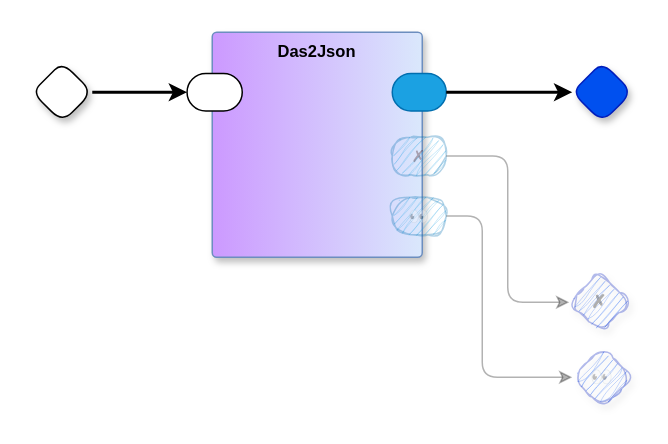
Earlier version of the draw.io diagram das2json-swib.drawio (guitarvydas/das2json). Source tidied: cells renumbered, new cells numbered last; positions are measured from the earlier drawing's top-left corner, leaving out a move shared by most shapes. Both pictures are drawn from the tidied source at 150%, with x=0, y=0 at pixel (32, 32).
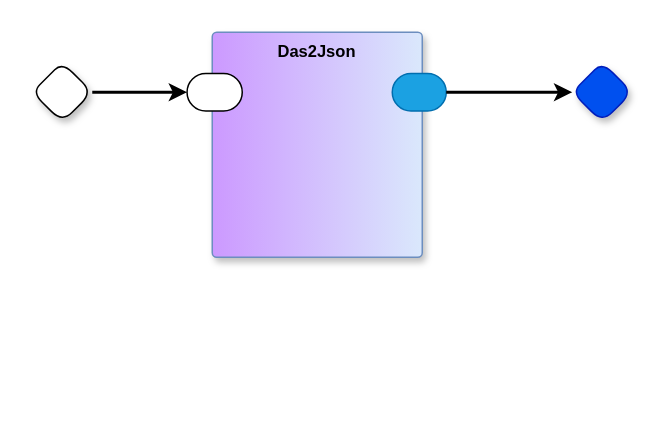
Above is the later version.

What changed in the source:
```diff
@@
 <mxGraphModel>
   <root>
     <mxCell id="0" />
     <mxCell id="1" parent="0" />
     <mxCell id="2" value="Das2Json" style="rounded=1;whiteSpace=wrap;html=1;verticalAlign=top;arcSize=6;fontStyle=1;absoluteArcSize=1;shadow=1;strokeColor=#6c8ebf;fillColor=#dae8fc;fontFamily=Helvetica;fontSize=11;gradientColor=#CC99FF;fontColor=default;gradientDirection=west;" parent="1" vertex="1">
       <mxGeometry x="120" width="140" height="150" as="geometry" />
     </mxCell>
     <mxCell id="3" style="rounded=1;whiteSpace=wrap;html=1;sketch=0;points=[[0,0.5,0,0,0],[1,0.5,0,0,0]];arcSize=50;fontFamily=Helvetica;fontSize=11;fontColor=default;" parent="2" vertex="1">
       <mxGeometry x="-16.8" y="27.5" width="36.8" height="25" as="geometry" />
     </mxCell>
     <mxCell id="4" style="rounded=1;whiteSpace=wrap;html=1;sketch=0;points=[[0,0.5,0,0,0],[1,0.5,0,0,0]];fillColor=#1ba1e2;fontColor=#ffffff;strokeColor=#006EAF;arcSize=50;fontFamily=Helvetica;fontSize=11;" parent="2" vertex="1">
       <mxGeometry x="120" y="27.5" width="36" height="25" as="geometry" />
     </mxCell>
-    <mxCell id="5" value="✗" style="rounded=1;whiteSpace=wrap;sketch=1;points=[[0,0.5,0,0,0],[1,0.5,0,0,0]];fillColor=#1ba1e2;fontColor=#330000;strokeColor=#006EAF;arcSize=50;fontFamily=Helvetica;fontSize=11;curveFitting=1;jiggle=2;opacity=30;textOpacity=30;" parent="2" vertex="1">
-      <mxGeometry x="120" y="70" width="36" height="25" as="geometry" />
-    </mxCell>
-    <mxCell id="6" value="👀" style="rounded=1;whiteSpace=wrap;sketch=1;points=[[0,0.5,0,0,0],[1,0.5,0,0,0]];fillColor=#1ba1e2;fontColor=#ffffff;strokeColor=#006EAF;arcSize=50;fontFamily=Helvetica;fontSize=11;curveFitting=1;jiggle=2;opacity=30;textOpacity=30;" parent="2" vertex="1">
-      <mxGeometry x="120" y="110" width="36" height="25" as="geometry" />
-    </mxCell>
     <mxCell id="7" style="rhombus;whiteSpace=wrap;html=1;rounded=1;fontStyle=1;glass=0;sketch=0;fontSize=12;points=[[0,0.5,0,0,0],[0.5,0,0,0,0],[0.5,1,0,0,0],[1,0.5,0,0,0]];shadow=1;fontFamily=Helvetica;fontColor=default;" parent="1" vertex="1">
       <mxGeometry y="20" width="40" height="40" as="geometry" />
     </mxCell>
     <mxCell id="8" style="edgeStyle=orthogonalEdgeStyle;rounded=1;jettySize=auto;html=1;entryX=0;entryY=0.5;entryDx=0;entryDy=0;entryPerimeter=0;curved=0;strokeWidth=2;" parent="1" edge="1" source="7" target="3">
       <mxGeometry relative="1" as="geometry" />
     </mxCell>
     <mxCell id="9" style="rhombus;whiteSpace=wrap;html=1;rounded=1;fontStyle=1;glass=0;sketch=0;fontSize=12;points=[[0,0.5,0,0,0],[0.5,0,0,0,0],[0.5,1,0,0,0],[1,0.5,0,0,0]];shadow=1;fillColor=#0050ef;fontColor=#ffffff;strokeColor=#001DBC;fontFamily=Helvetica;" parent="1" vertex="1">
       <mxGeometry x="360" y="20" width="40" height="40" as="geometry" />
     </mxCell>
     <mxCell id="10" style="edgeStyle=orthogonalEdgeStyle;curved=0;rounded=1;jettySize=auto;html=1;exitX=1;exitY=0.5;exitDx=0;exitDy=0;exitPerimeter=0;entryX=0;entryY=0.5;entryDx=0;entryDy=0;entryPerimeter=0;strokeColor=default;align=center;verticalAlign=middle;fontFamily=Helvetica;fontSize=11;fontColor=default;labelBackgroundColor=default;endArrow=classic;strokeWidth=2;" parent="1" edge="1" source="4" target="9">
       <mxGeometry relative="1" as="geometry" />
     </mxCell>
-    <mxCell id="11" value="✗" style="rhombus;whiteSpace=wrap;rounded=1;fillColor=#0050ef;fontColor=#000000;strokeColor=#001DBC;fontStyle=1;glass=0;sketch=1;fontSize=12;points=[[0,0.5,0,0,0],[0.5,0,0,0,0],[0.5,1,0,0,0],[1,0.5,0,0,0]];shadow=1;opacity=30;textOpacity=30;fontFamily=Helvetica;labelBackgroundColor=none;curveFitting=1;jiggle=2;" parent="1" vertex="1">
-      <mxGeometry x="358" y="160" width="40" height="40" as="geometry" />
-    </mxCell>
-    <mxCell id="12" value="👀" style="rhombus;whiteSpace=wrap;rounded=1;fillColor=#0050ef;fontColor=#000000;strokeColor=#001DBC;fontStyle=1;glass=0;sketch=1;fontSize=12;points=[[0,0.5,0,0,0],[0.5,0,0,0,0],[0.5,1,0,0,0],[1,0.5,0,0,0]];shadow=1;opacity=30;textOpacity=30;fontFamily=Helvetica;labelBackgroundColor=none;curveFitting=1;jiggle=2;" parent="1" vertex="1">
-      <mxGeometry x="360" y="210" width="40" height="40" as="geometry" />
-    </mxCell>
-    <mxCell id="13" style="edgeStyle=orthogonalEdgeStyle;curved=0;rounded=1;jettySize=auto;html=1;exitX=1;exitY=0.5;exitDx=0;exitDy=0;exitPerimeter=0;entryX=0;entryY=0.5;entryDx=0;entryDy=0;entryPerimeter=0;strokeColor=default;strokeWidth=1;align=center;verticalAlign=middle;fontFamily=Helvetica;fontSize=11;fontColor=default;labelBackgroundColor=default;endArrow=classic;opacity=30;" parent="1" edge="1" source="5" target="11">
-      <mxGeometry relative="1" as="geometry" />
-    </mxCell>
-    <mxCell id="14" style="edgeStyle=orthogonalEdgeStyle;curved=0;rounded=1;jettySize=auto;html=1;exitX=1;exitY=0.5;exitDx=0;exitDy=0;exitPerimeter=0;entryX=0;entryY=0.5;entryDx=0;entryDy=0;entryPerimeter=0;strokeColor=default;strokeWidth=1;align=center;verticalAlign=middle;fontFamily=Helvetica;fontSize=11;fontColor=default;labelBackgroundColor=default;endArrow=classic;opacity=30;" parent="1" edge="1" source="6" target="12">
-      <mxGeometry relative="1" as="geometry">
-        <Array as="points">
-          <mxPoint x="300" y="123" />
-          <mxPoint x="300" y="230" />
-        </Array>
-      </mxGeometry>
-    </mxCell>
   </root>
 </mxGraphModel>
```
